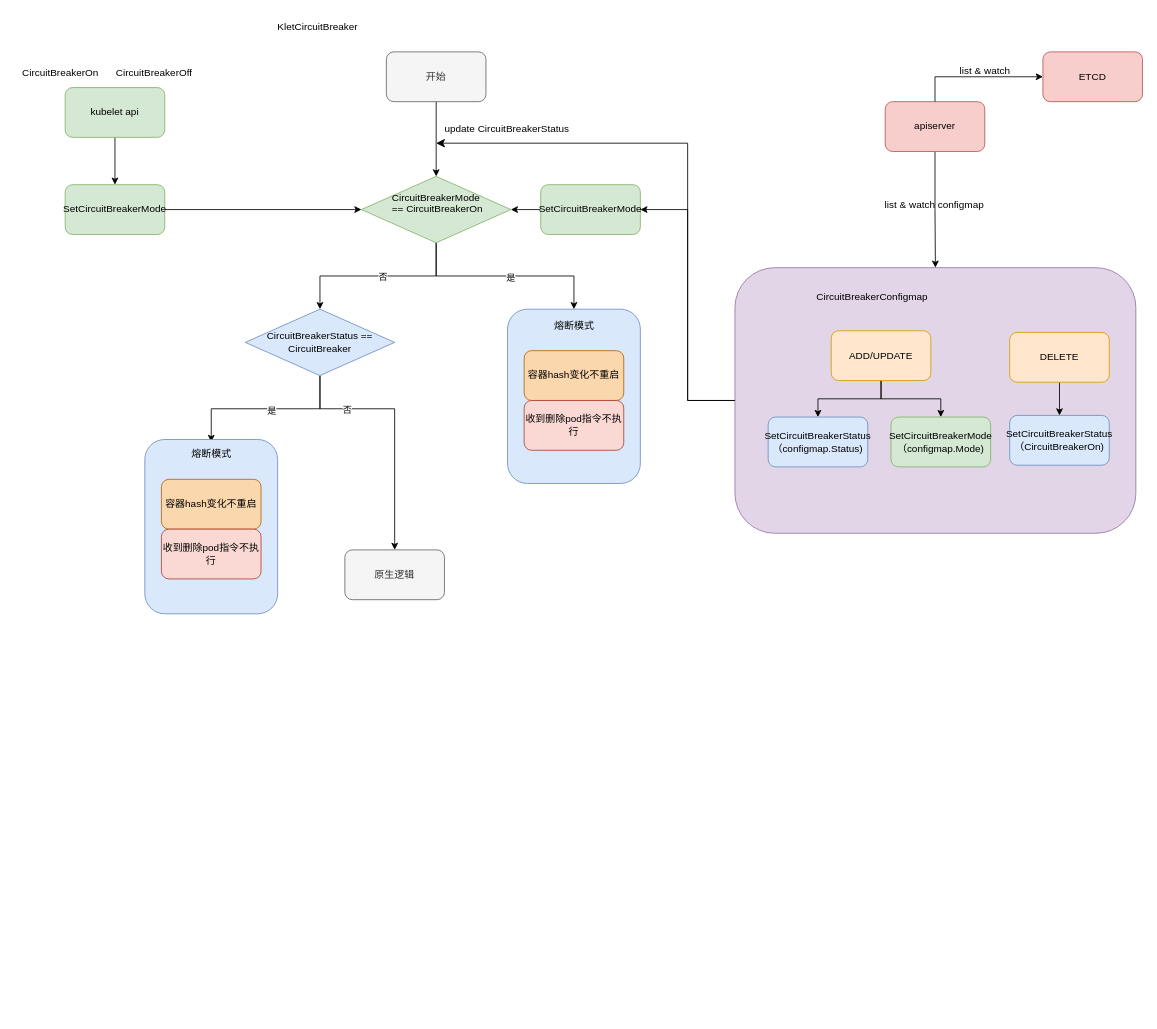
Above: page "集群大规模异常重启熔断方案" (7 of 7) of kubelet/kubelet.drawio in jingrenzhou/drawio (draw.io), before the change. Source tidied: cells renumbered, new cells numbered last; positions are measured from the earlier drawing's top-left corner, leaving out a move shared by most shapes. Both pictures are drawn from the tidied source at 83%, with x=0, y=0 at pixel (14, 14).
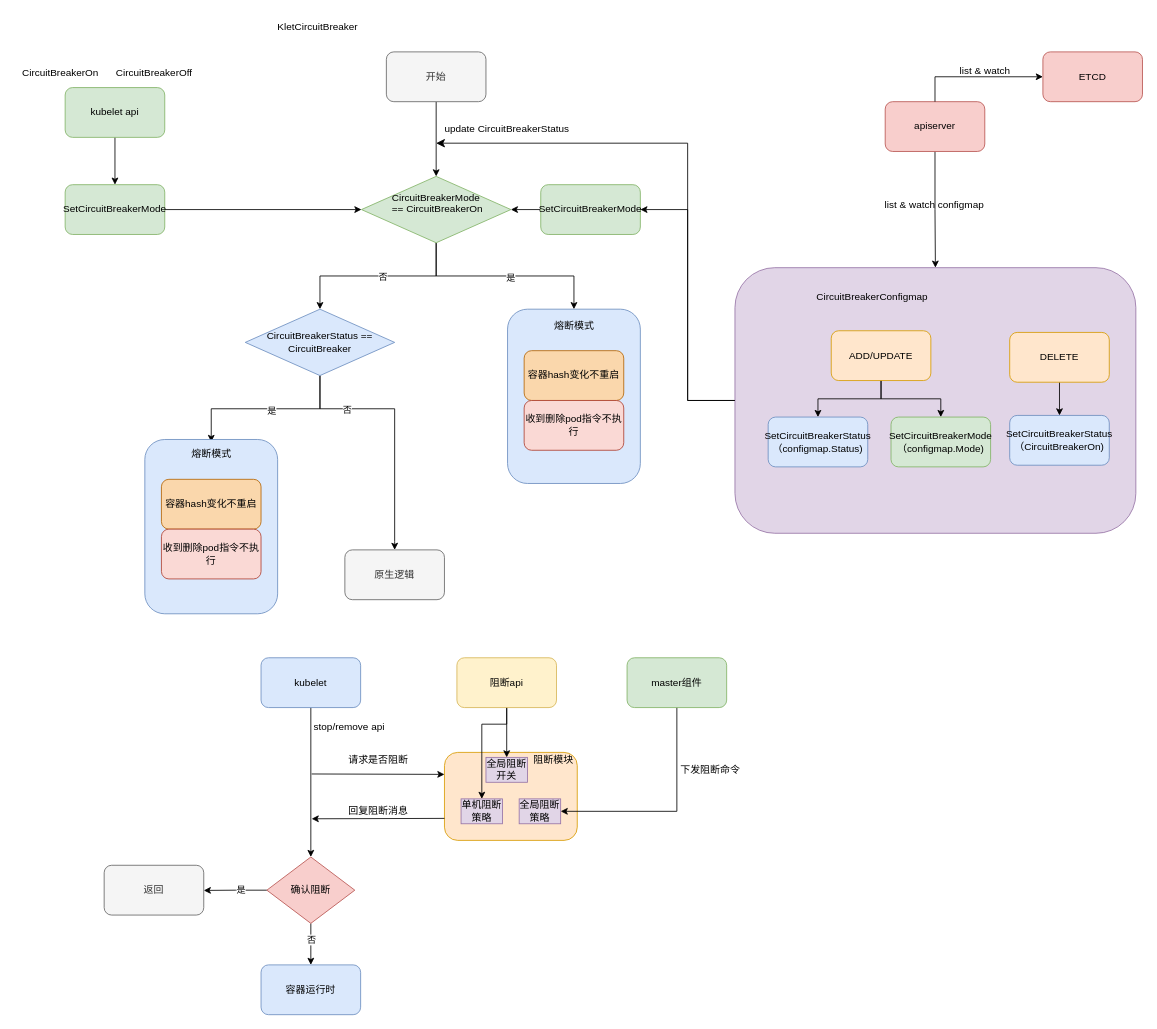
The same page after the edit.

Diff of the diagram source:
```diff
@@
+    <mxCell id="51" style="edgeStyle=orthogonalEdgeStyle;rounded=0;jettySize=auto;html=1;exitX=0.5;exitY=1;exitDx=0;exitDy=0;entryX=0.5;entryY=0;entryDx=0;entryDy=0;" parent="1" edge="1" source="52" target="72">
+      <mxGeometry relative="1" as="geometry" />
+    </mxCell>
+    <mxCell id="52" value="kubelet" style="rounded=1;whiteSpace=wrap;html=1;fillColor=#dae8fc;strokeColor=#6c8ebf;" parent="1" vertex="1">
+      <mxGeometry x="297" y="775" width="120" height="60" as="geometry" />
+    </mxCell>
+    <mxCell id="53" value="容器运行时" style="rounded=1;whiteSpace=wrap;html=1;fillColor=#dae8fc;strokeColor=#6c8ebf;" parent="1" vertex="1">
+      <mxGeometry x="297" y="1145" width="120" height="60" as="geometry" />
+    </mxCell>
+    <mxCell id="54" style="rounded=1;whiteSpace=wrap;html=1;fillColor=#ffe6cc;strokeColor=#d79b00;" parent="1" vertex="1">
+      <mxGeometry x="518" y="889" width="160" height="106" as="geometry" />
+    </mxCell>
+    <mxCell id="55" style="endArrow=classic;html=1;rounded=0;entryX=0;entryY=0.25;entryDx=0;entryDy=0;" parent="1" edge="1" target="54">
+      <mxGeometry relative="1" as="geometry">
+        <mxPoint x="358" y="915" as="sourcePoint" />
+      </mxGeometry>
+    </mxCell>
+    <mxCell id="56" style="endArrow=classic;html=1;rounded=0;exitX=0;exitY=0.75;exitDx=0;exitDy=0;" parent="1" edge="1" source="54">
+      <mxGeometry relative="1" as="geometry">
+        <mxPoint x="358" y="969" as="targetPoint" />
+      </mxGeometry>
+    </mxCell>
+    <mxCell id="57" value="请求是否阻断" style="text;html=1;align=center;verticalAlign=middle;strokeColor=none;fillColor=none;" parent="1" vertex="1">
+      <mxGeometry x="388" y="883" width="100" height="30" as="geometry" />
+    </mxCell>
+    <mxCell id="58" value="回复阻断消息" style="text;html=1;align=center;verticalAlign=middle;strokeColor=none;fillColor=none;" parent="1" vertex="1">
+      <mxGeometry x="388" y="945" width="100" height="30" as="geometry" />
+    </mxCell>
+    <mxCell id="59" style="edgeStyle=orthogonalEdgeStyle;rounded=0;jettySize=auto;html=1;exitX=0.5;exitY=1;exitDx=0;exitDy=0;entryX=1;entryY=0.5;entryDx=0;entryDy=0;" parent="1" edge="1" source="60" target="63">
+      <mxGeometry relative="1" as="geometry" />
+    </mxCell>
+    <mxCell id="60" value="master组件" style="rounded=1;whiteSpace=wrap;html=1;fillColor=#d5e8d4;strokeColor=#82b366;" parent="1" vertex="1">
+      <mxGeometry x="738" y="775" width="120" height="60" as="geometry" />
+    </mxCell>
+    <mxCell id="61" value="阻断模块" style="text;html=1;align=center;verticalAlign=middle;strokeColor=none;fillColor=none;" parent="1" vertex="1">
+      <mxGeometry x="614" y="883" width="70" height="30" as="geometry" />
+    </mxCell>
+    <mxCell id="62" value="单机阻断策略" style="rounded=0;whiteSpace=wrap;html=1;fillColor=#e1d5e7;strokeColor=#9673a6;" parent="1" vertex="1">
+      <mxGeometry x="538" y="945" width="50" height="30" as="geometry" />
+    </mxCell>
+    <mxCell id="63" value="全局阻断策略" style="rounded=0;whiteSpace=wrap;html=1;fillColor=#e1d5e7;strokeColor=#9673a6;" parent="1" vertex="1">
+      <mxGeometry x="608" y="945" width="50" height="30" as="geometry" />
+    </mxCell>
+    <mxCell id="64" value="全局阻断开关" style="rounded=0;whiteSpace=wrap;html=1;fillColor=#e1d5e7;strokeColor=#9673a6;" parent="1" vertex="1">
+      <mxGeometry x="568" y="895" width="50" height="30" as="geometry" />
+    </mxCell>
+    <mxCell id="65" style="edgeStyle=orthogonalEdgeStyle;rounded=0;jettySize=auto;html=1;exitX=0.5;exitY=1;exitDx=0;exitDy=0;entryX=0.5;entryY=0;entryDx=0;entryDy=0;" parent="1" edge="1" source="67" target="64">
+      <mxGeometry relative="1" as="geometry" />
+    </mxCell>
+    <mxCell id="66" style="edgeStyle=orthogonalEdgeStyle;rounded=0;jettySize=auto;html=1;exitX=0.5;exitY=1;exitDx=0;exitDy=0;" parent="1" edge="1" source="67" target="62">
+      <mxGeometry relative="1" as="geometry">
+        <Array as="points">
+          <mxPoint x="593" y="855" />
+          <mxPoint x="563" y="855" />
+        </Array>
+      </mxGeometry>
+    </mxCell>
+    <mxCell id="67" value="阻断api" style="rounded=1;whiteSpace=wrap;html=1;fillColor=#fff2cc;strokeColor=#d6b656;" parent="1" vertex="1">
+      <mxGeometry x="533" y="775" width="120" height="60" as="geometry" />
+    </mxCell>
+    <mxCell id="68" style="edgeStyle=orthogonalEdgeStyle;rounded=0;jettySize=auto;html=1;exitX=0;exitY=0.5;exitDx=0;exitDy=0;" parent="1" edge="1" source="72">
+      <mxGeometry relative="1" as="geometry">
+        <mxPoint x="228" y="1055.3" as="targetPoint" />
+      </mxGeometry>
+    </mxCell>
+    <mxCell id="69" value="是" style="edgeLabel;html=1;align=center;verticalAlign=middle;" parent="68" vertex="1">
+      <mxGeometry x="-0.16" y="-1" relative="1" as="geometry" />
+    </mxCell>
+    <mxCell id="70" style="edgeStyle=orthogonalEdgeStyle;rounded=0;jettySize=auto;html=1;exitX=0.5;exitY=1;exitDx=0;exitDy=0;entryX=0.5;entryY=0;entryDx=0;entryDy=0;" parent="1" edge="1" source="72" target="53">
+      <mxGeometry relative="1" as="geometry" />
+    </mxCell>
+    <mxCell id="71" value="否" style="edgeLabel;html=1;align=center;verticalAlign=middle;" parent="70" vertex="1">
+      <mxGeometry x="-0.23" relative="1" as="geometry" />
+    </mxCell>
+    <mxCell id="72" value="确认阻断" style="rhombus;whiteSpace=wrap;html=1;fillColor=#f8cecc;strokeColor=#b85450;" parent="1" vertex="1">
+      <mxGeometry x="304" y="1015" width="106" height="80" as="geometry" />
+    </mxCell>
+    <mxCell id="73" value="返回" style="rounded=1;whiteSpace=wrap;html=1;fillColor=#f5f5f5;fontColor=#333333;strokeColor=#666666;" parent="1" vertex="1">
+      <mxGeometry x="108" y="1025" width="120" height="60" as="geometry" />
+    </mxCell>
+    <mxCell id="74" value="stop/remove api" style="text;html=1;align=center;verticalAlign=middle;strokeColor=none;fillColor=none;" parent="1" vertex="1">
+      <mxGeometry x="348" y="843" width="110" height="30" as="geometry" />
+    </mxCell>
+    <mxCell id="75" value="下发阻断命令" style="text;html=1;align=center;verticalAlign=middle;strokeColor=none;fillColor=none;" parent="1" vertex="1">
+      <mxGeometry x="788" y="895" width="100" height="30" as="geometry" />
+    </mxCell>
```
